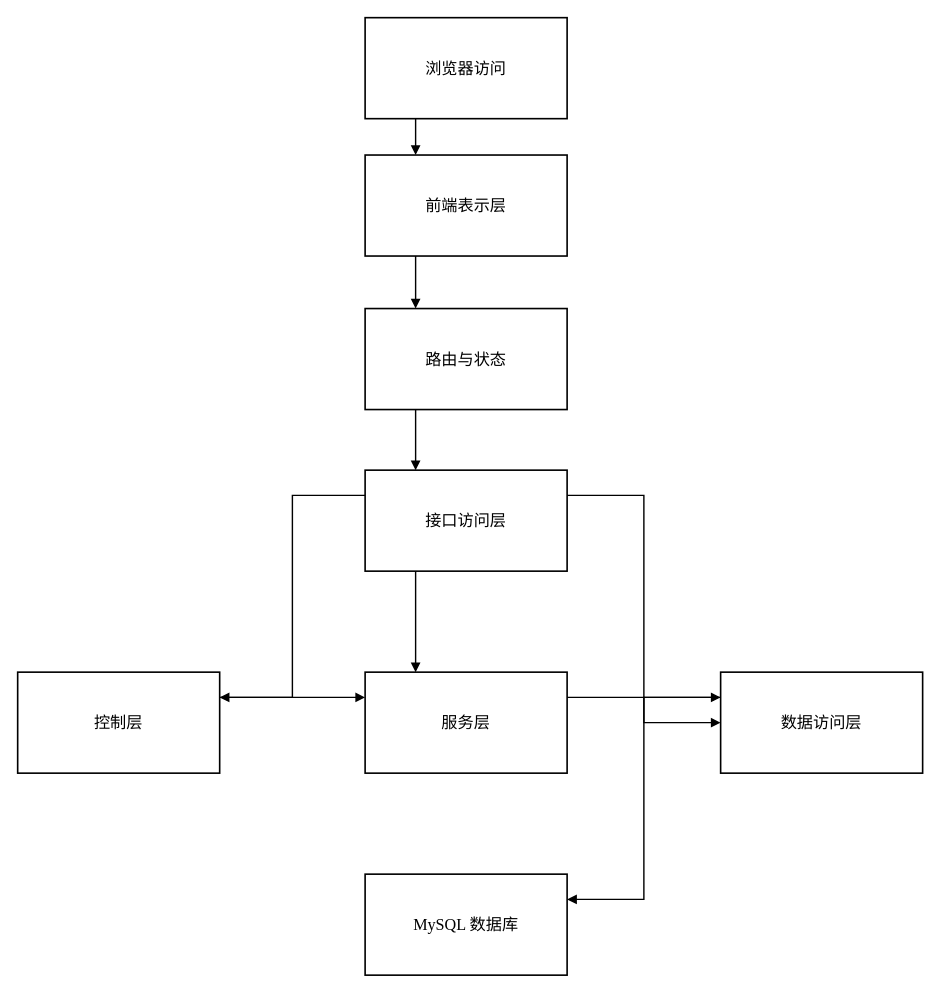
Earlier version of the draw.io diagram output/doc/figures/drawio/fig_3_1_architecture.drawio (beinuela/GraProject-codex). Source tidied: cells renumbered, new cells numbered last; positions are measured from the earlier drawing's top-left corner, leaving out a move shared by most shapes. Both pictures are drawn from the tidied source at 101%, with x=0, y=0 at pixel (17, 17).
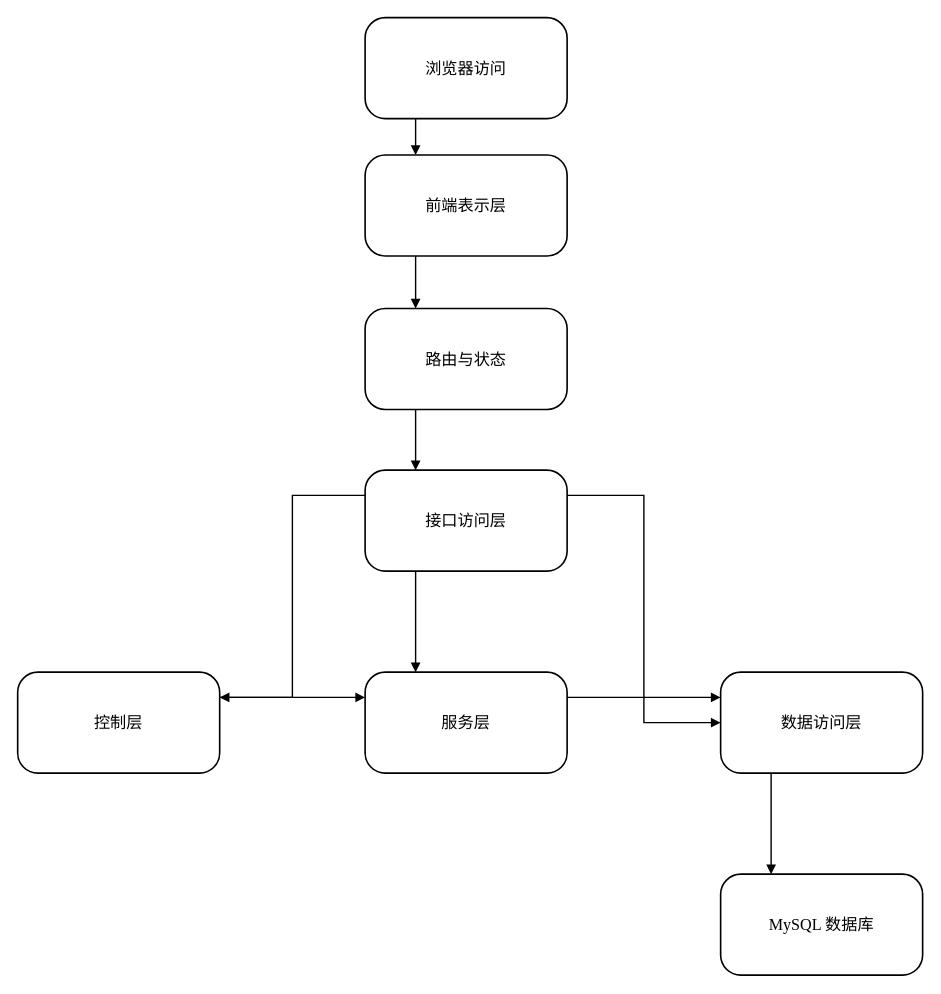
After the change.

The edit, as a diff of the source:
```diff
@@
 <mxGraphModel background="#FFFFFF">
   <root>
     <mxCell id="0" />
     <mxCell id="1" parent="0" />
-    <mxCell id="2" value="浏览器访问" style="shape=rectangle;rounded=0;html=1;whiteSpace=wrap;fillColor=#FFFFFF;strokeColor=#000000;strokeWidth=1.6;fontColor=#000000;fontSize=16;fontFamily=Times New Roman, Georgia, serif;verticalAlign=middle;align=center;" parent="1" vertex="1">
+    <mxCell id="2" value="浏览器访问" style="rounded=1;arcSize=20;html=1;whiteSpace=wrap;fillColor=#FFFFFF;strokeColor=#000000;strokeWidth=1.6;fontColor=#000000;fontSize=16;fontFamily=Times New Roman, Georgia, serif;verticalAlign=middle;align=center;" parent="1" vertex="1">
       <mxGeometry x="344" width="200" height="100" as="geometry" />
     </mxCell>
-    <mxCell id="3" value="前端表示层" style="shape=rectangle;rounded=0;html=1;whiteSpace=wrap;fillColor=#FFFFFF;strokeColor=#000000;strokeWidth=1.6;fontColor=#000000;fontSize=16;fontFamily=Times New Roman, Georgia, serif;verticalAlign=middle;align=center;" parent="1" vertex="1">
+    <mxCell id="3" value="前端表示层" style="rounded=1;arcSize=20;html=1;whiteSpace=wrap;fillColor=#FFFFFF;strokeColor=#000000;strokeWidth=1.6;fontColor=#000000;fontSize=16;fontFamily=Times New Roman, Georgia, serif;verticalAlign=middle;align=center;" parent="1" vertex="1">
       <mxGeometry x="344" y="136" width="200" height="100" as="geometry" />
     </mxCell>
-    <mxCell id="4" value="路由与状态" style="shape=rectangle;rounded=0;html=1;whiteSpace=wrap;fillColor=#FFFFFF;strokeColor=#000000;strokeWidth=1.6;fontColor=#000000;fontSize=16;fontFamily=Times New Roman, Georgia, serif;verticalAlign=middle;align=center;" parent="1" vertex="1">
+    <mxCell id="4" value="路由与状态" style="rounded=1;arcSize=20;html=1;whiteSpace=wrap;fillColor=#FFFFFF;strokeColor=#000000;strokeWidth=1.6;fontColor=#000000;fontSize=16;fontFamily=Times New Roman, Georgia, serif;verticalAlign=middle;align=center;" parent="1" vertex="1">
       <mxGeometry x="344" y="288" width="200" height="100" as="geometry" />
     </mxCell>
-    <mxCell id="5" value="接口访问层" style="shape=rectangle;rounded=0;html=1;whiteSpace=wrap;fillColor=#FFFFFF;strokeColor=#000000;strokeWidth=1.6;fontColor=#000000;fontSize=16;fontFamily=Times New Roman, Georgia, serif;verticalAlign=middle;align=center;" parent="1" vertex="1">
+    <mxCell id="5" value="接口访问层" style="rounded=1;arcSize=20;html=1;whiteSpace=wrap;fillColor=#FFFFFF;strokeColor=#000000;strokeWidth=1.6;fontColor=#000000;fontSize=16;fontFamily=Times New Roman, Georgia, serif;verticalAlign=middle;align=center;" parent="1" vertex="1">
       <mxGeometry x="344" y="448" width="200" height="100" as="geometry" />
     </mxCell>
-    <mxCell id="6" value="控制层" style="shape=rectangle;rounded=0;html=1;whiteSpace=wrap;fillColor=#FFFFFF;strokeColor=#000000;strokeWidth=1.6;fontColor=#000000;fontSize=16;fontFamily=Times New Roman, Georgia, serif;verticalAlign=middle;align=center;" parent="1" vertex="1">
+    <mxCell id="6" value="控制层" style="rounded=1;arcSize=20;html=1;whiteSpace=wrap;fillColor=#FFFFFF;strokeColor=#000000;strokeWidth=1.6;fontColor=#000000;fontSize=16;fontFamily=Times New Roman, Georgia, serif;verticalAlign=middle;align=center;" parent="1" vertex="1">
       <mxGeometry y="648" width="200" height="100" as="geometry" />
     </mxCell>
-    <mxCell id="7" value="服务层" style="shape=rectangle;rounded=0;html=1;whiteSpace=wrap;fillColor=#FFFFFF;strokeColor=#000000;strokeWidth=1.6;fontColor=#000000;fontSize=16;fontFamily=Times New Roman, Georgia, serif;verticalAlign=middle;align=center;" parent="1" vertex="1">
+    <mxCell id="7" value="服务层" style="rounded=1;arcSize=20;html=1;whiteSpace=wrap;fillColor=#FFFFFF;strokeColor=#000000;strokeWidth=1.6;fontColor=#000000;fontSize=16;fontFamily=Times New Roman, Georgia, serif;verticalAlign=middle;align=center;" parent="1" vertex="1">
       <mxGeometry x="344" y="648" width="200" height="100" as="geometry" />
     </mxCell>
-    <mxCell id="8" value="数据访问层" style="shape=rectangle;rounded=0;html=1;whiteSpace=wrap;fillColor=#FFFFFF;strokeColor=#000000;strokeWidth=1.6;fontColor=#000000;fontSize=16;fontFamily=Times New Roman, Georgia, serif;verticalAlign=middle;align=center;" parent="1" vertex="1">
+    <mxCell id="8" value="数据访问层" style="rounded=1;arcSize=20;html=1;whiteSpace=wrap;fillColor=#FFFFFF;strokeColor=#000000;strokeWidth=1.6;fontColor=#000000;fontSize=16;fontFamily=Times New Roman, Georgia, serif;verticalAlign=middle;align=center;" parent="1" vertex="1">
       <mxGeometry x="696" y="648" width="200" height="100" as="geometry" />
     </mxCell>
-    <mxCell id="9" value="MySQL 数据库" style="shape=rectangle;rounded=0;html=1;whiteSpace=wrap;fillColor=#FFFFFF;strokeColor=#000000;strokeWidth=1.6;fontColor=#000000;fontSize=16;fontFamily=Times New Roman, Georgia, serif;verticalAlign=middle;align=center;" parent="1" vertex="1">
-      <mxGeometry x="344" y="848" width="200" height="100" as="geometry" />
+    <mxCell id="9" value="MySQL 数据库" style="rounded=1;arcSize=20;html=1;whiteSpace=wrap;fillColor=#FFFFFF;strokeColor=#000000;strokeWidth=1.6;fontColor=#000000;fontSize=16;fontFamily=Times New Roman, Georgia, serif;verticalAlign=middle;align=center;" parent="1" vertex="1">
+      <mxGeometry x="696" y="848" width="200" height="100" as="geometry" />
     </mxCell>
     <mxCell id="10" style="edgeStyle=orthogonalEdgeStyle;rounded=0;jettySize=auto;html=1;strokeColor=#000000;strokeWidth=1.4;endArrow=block;endFill=1;exitX=0.25;exitY=1;exitDx=0;exitDy=0;entryX=0.25;entryY=0;entryDx=0;entryDy=0;jumpStyle=arc;jumpSize=8;" parent="1" edge="1" source="2" target="3">
       <mxGeometry relative="1" as="geometry" />
     </mxCell>
     <mxCell id="11" style="edgeStyle=orthogonalEdgeStyle;rounded=0;jettySize=auto;html=1;strokeColor=#000000;strokeWidth=1.4;endArrow=block;endFill=1;exitX=0.25;exitY=1;exitDx=0;exitDy=0;entryX=0.25;entryY=0;entryDx=0;entryDy=0;jumpStyle=arc;jumpSize=8;" parent="1" edge="1" source="3" target="4">
       <mxGeometry relative="1" as="geometry" />
     </mxCell>
     <mxCell id="12" style="edgeStyle=orthogonalEdgeStyle;rounded=0;jettySize=auto;html=1;strokeColor=#000000;strokeWidth=1.4;endArrow=block;endFill=1;exitX=0.25;exitY=1;exitDx=0;exitDy=0;entryX=0.25;entryY=0;entryDx=0;entryDy=0;jumpStyle=arc;jumpSize=8;" parent="1" edge="1" source="4" target="5">
       <mxGeometry relative="1" as="geometry" />
     </mxCell>
     <mxCell id="13" style="edgeStyle=orthogonalEdgeStyle;rounded=0;jettySize=auto;html=1;strokeColor=#000000;strokeWidth=1.4;endArrow=block;endFill=1;exitX=0;exitY=0.25;exitDx=0;exitDy=0;entryX=1;entryY=0.25;entryDx=0;entryDy=0;jumpStyle=arc;jumpSize=8;" parent="1" edge="1" source="5" target="6">
       <mxGeometry relative="1" as="geometry" />
     </mxCell>
     <mxCell id="14" style="edgeStyle=orthogonalEdgeStyle;rounded=0;jettySize=auto;html=1;strokeColor=#000000;strokeWidth=1.4;endArrow=block;endFill=1;exitX=0.25;exitY=1;exitDx=0;exitDy=0;entryX=0.25;entryY=0;entryDx=0;entryDy=0;jumpStyle=arc;jumpSize=8;" parent="1" edge="1" source="5" target="7">
       <mxGeometry relative="1" as="geometry" />
     </mxCell>
     <mxCell id="15" style="edgeStyle=orthogonalEdgeStyle;rounded=0;jettySize=auto;html=1;strokeColor=#000000;strokeWidth=1.4;endArrow=block;endFill=1;exitX=1;exitY=0.25;exitDx=0;exitDy=0;entryX=0;entryY=0.25;entryDx=0;entryDy=0;jumpStyle=arc;jumpSize=8;" parent="1" edge="1" source="5" target="8">
       <mxGeometry relative="1" as="geometry" />
     </mxCell>
     <mxCell id="16" style="edgeStyle=orthogonalEdgeStyle;rounded=0;jettySize=auto;html=1;strokeColor=#000000;strokeWidth=1.4;endArrow=block;endFill=1;exitX=1;exitY=0.25;exitDx=0;exitDy=0;entryX=0;entryY=0.25;entryDx=0;entryDy=0;jumpStyle=arc;jumpSize=8;" parent="1" edge="1" source="6" target="7">
       <mxGeometry relative="1" as="geometry" />
     </mxCell>
     <mxCell id="17" style="edgeStyle=orthogonalEdgeStyle;rounded=0;jettySize=auto;html=1;strokeColor=#000000;strokeWidth=1.4;endArrow=block;endFill=1;exitX=1;exitY=0.25;exitDx=0;exitDy=0;entryX=0;entryY=0.5;entryDx=0;entryDy=0;jumpStyle=arc;jumpSize=8;" parent="1" edge="1" source="7" target="8">
       <mxGeometry relative="1" as="geometry" />
     </mxCell>
-    <mxCell id="18" style="edgeStyle=orthogonalEdgeStyle;rounded=0;jettySize=auto;html=1;strokeColor=#000000;strokeWidth=1.4;endArrow=block;endFill=1;exitX=0;exitY=0.25;exitDx=0;exitDy=0;entryX=1;entryY=0.25;entryDx=0;entryDy=0;jumpStyle=arc;jumpSize=8;" parent="1" edge="1" source="8" target="9">
+    <mxCell id="18" style="edgeStyle=orthogonalEdgeStyle;rounded=0;jettySize=auto;html=1;strokeColor=#000000;strokeWidth=1.4;endArrow=block;endFill=1;exitX=0.25;exitY=1;exitDx=0;exitDy=0;entryX=0.25;entryY=0;entryDx=0;entryDy=0;jumpStyle=arc;jumpSize=8;" parent="1" edge="1" source="8" target="9">
       <mxGeometry relative="1" as="geometry" />
     </mxCell>
   </root>
 </mxGraphModel>
```
